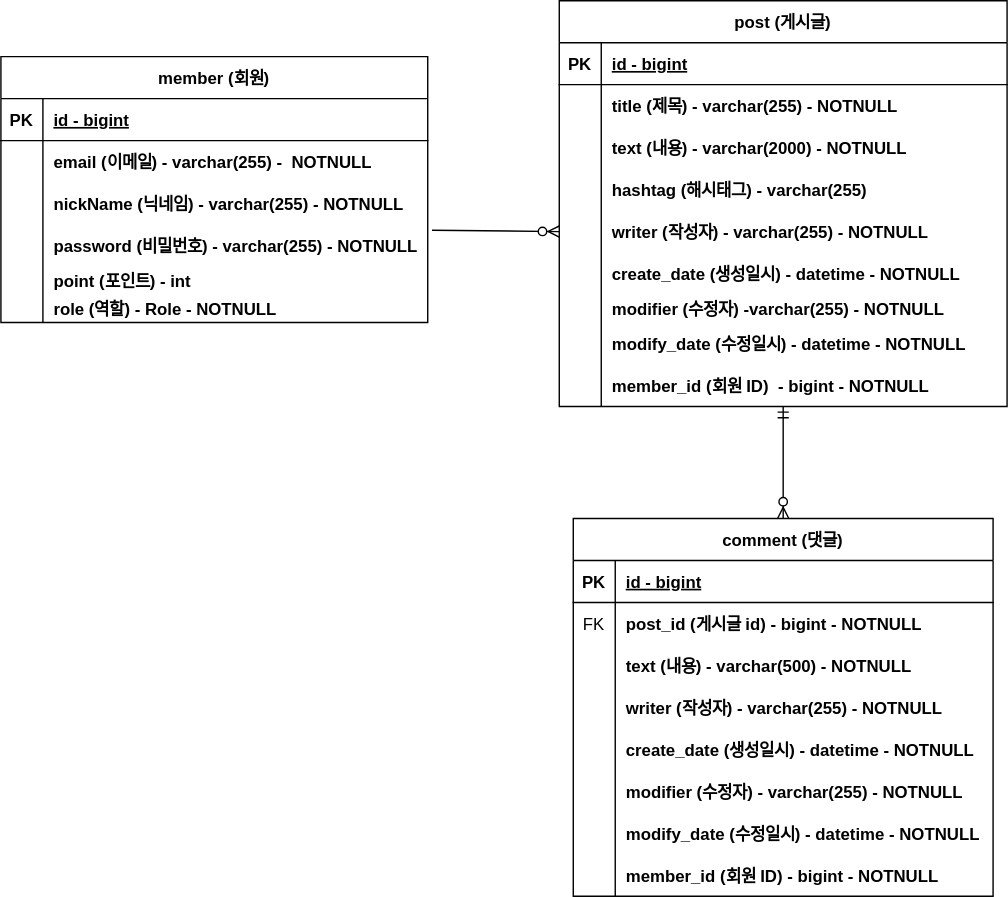
This is document/sym-project-erd.svg from tlqkrus012345/sym, a draw.io export, as it was before one commit. Source tidied: cells renumbered, new cells last; positions are measured from the earlier drawing's top-left corner, leaving out a move shared by most shapes.
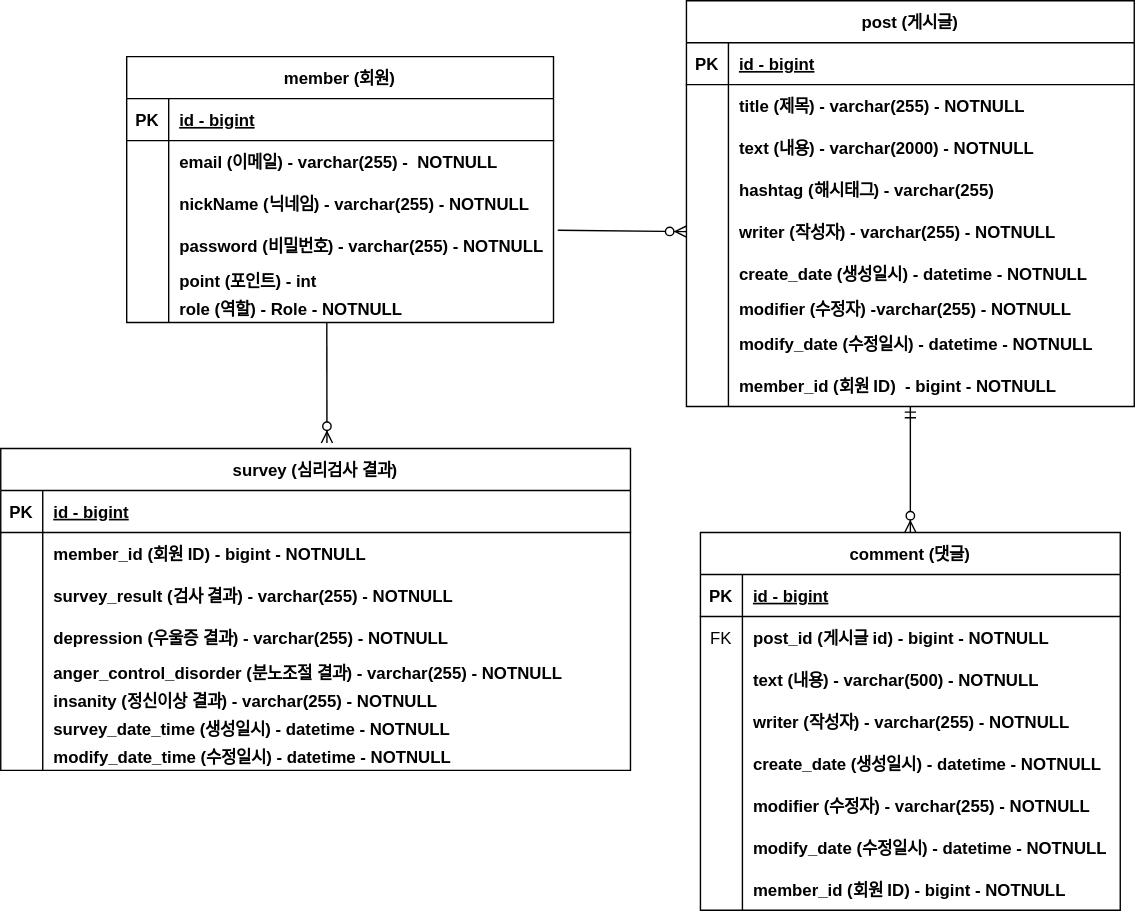
Above is the later version.

Diff of the diagram source:
```diff
@@ -3,7 +3,7 @@
     <mxCell id="0" />
     <mxCell id="1" parent="0" />
     <mxCell id="2" value="post (게시글)" style="shape=table;startSize=30;rowLines=0;fontStyle=1;align=center;" parent="1" vertex="1">
-      <mxGeometry x="399" width="320" height="290" as="geometry" />
+      <mxGeometry x="449" y="-10" width="320" height="290" as="geometry" />
     </mxCell>
     <mxCell id="3" style="shape=partialRectangle;fillColor=none;top=0;left=0;right=0;bottom=1;" parent="2" vertex="1">
       <mxGeometry y="30" width="320" height="30" as="geometry" />
@@ -87,7 +87,7 @@
       <mxGeometry x="30" width="290" height="30" as="geometry" />
     </mxCell>
     <mxCell id="30" value="comment (댓글)" style="shape=table;startSize=30;rowLines=0;fontStyle=1;align=center;" parent="1" vertex="1">
-      <mxGeometry x="409" y="370" width="300" height="270" as="geometry" />
+      <mxGeometry x="459" y="370" width="300" height="270" as="geometry" />
     </mxCell>
     <mxCell id="31" style="shape=partialRectangle;fillColor=none;top=0;left=0;right=0;bottom=1;" parent="30" vertex="1">
       <mxGeometry y="30" width="300" height="30" as="geometry" />
@@ -162,7 +162,7 @@
       <mxGeometry x="30" width="270" height="30" as="geometry" />
     </mxCell>
     <mxCell id="55" value="member (회원)" style="shape=table;startSize=30;rowLines=0;fontStyle=1;align=center;" parent="1" vertex="1">
-      <mxGeometry y="40" width="305" height="190" as="geometry" />
+      <mxGeometry x="49" y="30" width="305" height="190" as="geometry" />
     </mxCell>
     <mxCell id="56" style="shape=partialRectangle;fillColor=none;top=0;left=0;right=0;bottom=1;" parent="55" vertex="1">
       <mxGeometry y="30" width="305" height="30" as="geometry" />
@@ -224,5 +224,88 @@
     <mxCell id="75" style="fontSize=12;html=1;endArrow=ERzeroToMany;endFill=1;rounded=0;exitX=1.01;exitY=0.133;exitDx=0;exitDy=0;entryX=0;entryY=0.5;entryDx=0;entryDy=0;exitPerimeter=0;" parent="1" edge="1" source="65" target="15">
       <mxGeometry relative="1" as="geometry" />
     </mxCell>
+    <mxCell id="76" value="survey (심리검사 결과)" style="shape=table;startSize=30;rowLines=0;fontStyle=1;align=center;" parent="1" vertex="1">
+      <mxGeometry x="-41" y="310" width="450" height="230" as="geometry" />
+    </mxCell>
+    <mxCell id="77" style="shape=partialRectangle;fillColor=none;top=0;left=0;right=0;bottom=1;" parent="76" vertex="1">
+      <mxGeometry y="30" width="450" height="30" as="geometry" />
+    </mxCell>
+    <mxCell id="78" value="PK" style="shape=partialRectangle;overflow=hidden;fillColor=none;top=0;left=0;bottom=0;right=0;fontStyle=1;" parent="77" vertex="1">
+      <mxGeometry width="30" height="30" as="geometry" />
+    </mxCell>
+    <mxCell id="79" value="id - bigint" style="shape=partialRectangle;overflow=hidden;fillColor=none;top=0;left=0;bottom=0;right=0;align=left;spacingLeft=6;fontStyle=5;" parent="77" vertex="1">
+      <mxGeometry x="30" width="420" height="30" as="geometry" />
+    </mxCell>
+    <mxCell id="80" style="shape=partialRectangle;fillColor=none;top=0;left=0;right=0;bottom=0;" parent="76" vertex="1">
+      <mxGeometry y="60" width="450" height="30" as="geometry" />
+    </mxCell>
+    <mxCell id="81" style="shape=partialRectangle;overflow=hidden;fillColor=none;top=0;left=0;bottom=0;right=0;" parent="80" vertex="1">
+      <mxGeometry width="30" height="30" as="geometry" />
+    </mxCell>
+    <mxCell id="82" value="member_id (회원 ID) - bigint - NOTNULL" style="shape=partialRectangle;overflow=hidden;fillColor=none;top=0;left=0;bottom=0;right=0;align=left;spacingLeft=6;fontStyle=1;" parent="80" vertex="1">
+      <mxGeometry x="30" width="420" height="30" as="geometry" />
+    </mxCell>
+    <mxCell id="83" style="shape=partialRectangle;fillColor=none;top=0;left=0;right=0;bottom=0;" parent="76" vertex="1">
+      <mxGeometry y="90" width="450" height="30" as="geometry" />
+    </mxCell>
+    <mxCell id="84" style="shape=partialRectangle;overflow=hidden;fillColor=none;top=0;left=0;bottom=0;right=0;" parent="83" vertex="1">
+      <mxGeometry width="30" height="30" as="geometry" />
+    </mxCell>
+    <mxCell id="85" value="survey_result (검사 결과) - varchar(255) - NOTNULL" style="shape=partialRectangle;overflow=hidden;fillColor=none;top=0;left=0;bottom=0;right=0;align=left;spacingLeft=6;fontStyle=1;" parent="83" vertex="1">
+      <mxGeometry x="30" width="420" height="30" as="geometry" />
+    </mxCell>
+    <mxCell id="86" style="shape=partialRectangle;fillColor=none;top=0;left=0;right=0;bottom=0;" parent="76" vertex="1">
+      <mxGeometry y="120" width="450" height="30" as="geometry" />
+    </mxCell>
+    <mxCell id="87" style="shape=partialRectangle;overflow=hidden;fillColor=none;top=0;left=0;bottom=0;right=0;" parent="86" vertex="1">
+      <mxGeometry width="30" height="30" as="geometry" />
+    </mxCell>
+    <mxCell id="88" value="depression (우울증 결과) - varchar(255) - NOTNULL" style="shape=partialRectangle;overflow=hidden;fillColor=none;top=0;left=0;bottom=0;right=0;align=left;spacingLeft=6;fontStyle=1;" parent="86" vertex="1">
+      <mxGeometry x="30" width="420" height="30" as="geometry" />
+    </mxCell>
+    <mxCell id="89" style="shape=partialRectangle;fillColor=none;top=0;left=0;right=0;bottom=0;" parent="76" vertex="1">
+      <mxGeometry y="150" width="450" height="20" as="geometry" />
+    </mxCell>
+    <mxCell id="90" style="shape=partialRectangle;overflow=hidden;fillColor=none;top=0;left=0;bottom=0;right=0;" parent="89" vertex="1">
+      <mxGeometry width="30" height="20" as="geometry" />
+    </mxCell>
+    <mxCell id="91" value="anger_control_disorder (분노조절 결과) - varchar(255) - NOTNULL" style="shape=partialRectangle;overflow=hidden;fillColor=none;top=0;left=0;bottom=0;right=0;align=left;spacingLeft=6;fontStyle=1;" parent="89" vertex="1">
+      <mxGeometry x="30" width="420" height="20" as="geometry" />
+    </mxCell>
+    <mxCell id="92" style="shape=partialRectangle;fillColor=none;top=0;left=0;right=0;bottom=0;" parent="76" vertex="1">
+      <mxGeometry y="170" width="450" height="20" as="geometry" />
+    </mxCell>
+    <mxCell id="93" style="shape=partialRectangle;overflow=hidden;fillColor=none;top=0;left=0;bottom=0;right=0;" parent="92" vertex="1">
+      <mxGeometry width="30" height="20" as="geometry" />
+    </mxCell>
+    <mxCell id="94" value="insanity (정신이상 결과) - varchar(255) - NOTNULL" style="shape=partialRectangle;overflow=hidden;fillColor=none;top=0;left=0;bottom=0;right=0;align=left;spacingLeft=6;fontStyle=1;" parent="92" vertex="1">
+      <mxGeometry x="30" width="420" height="20" as="geometry" />
+    </mxCell>
+    <mxCell id="95" style="shape=partialRectangle;fillColor=none;top=0;left=0;right=0;bottom=0;" parent="76" vertex="1">
+      <mxGeometry y="190" width="450" height="20" as="geometry" />
+    </mxCell>
+    <mxCell id="96" style="shape=partialRectangle;overflow=hidden;fillColor=none;top=0;left=0;bottom=0;right=0;" parent="95" vertex="1">
+      <mxGeometry width="30" height="20" as="geometry" />
+    </mxCell>
+    <mxCell id="97" value="survey_date_time (생성일시) - datetime - NOTNULL" style="shape=partialRectangle;overflow=hidden;fillColor=none;top=0;left=0;bottom=0;right=0;align=left;spacingLeft=6;fontStyle=1;" parent="95" vertex="1">
+      <mxGeometry x="30" width="420" height="20" as="geometry" />
+    </mxCell>
+    <mxCell id="98" style="shape=partialRectangle;fillColor=none;top=0;left=0;right=0;bottom=0;" parent="76" vertex="1">
+      <mxGeometry y="210" width="450" height="20" as="geometry" />
+    </mxCell>
+    <mxCell id="99" style="shape=partialRectangle;overflow=hidden;fillColor=none;top=0;left=0;bottom=0;right=0;" parent="98" vertex="1">
+      <mxGeometry width="30" height="20" as="geometry" />
+    </mxCell>
+    <mxCell id="100" value="modify_date_time (수정일시) - datetime - NOTNULL" style="shape=partialRectangle;overflow=hidden;fillColor=none;top=0;left=0;bottom=0;right=0;align=left;spacingLeft=6;fontStyle=1;" parent="98" vertex="1">
+      <mxGeometry x="30" width="420" height="20" as="geometry" />
+    </mxCell>
+    <mxCell id="101" style="shape=partialRectangle;overflow=hidden;fillColor=none;top=0;left=0;bottom=0;right=0;" parent="1" vertex="1">
+      <mxGeometry x="10" y="470" width="30" height="20" as="geometry" />
+    </mxCell>
+    <mxCell id="102" style="fontSize=12;html=1;endArrow=ERzeroToMany;endFill=1;rounded=0;entryX=0.518;entryY=-0.017;entryDx=0;entryDy=0;entryPerimeter=0;" parent="1" edge="1" target="76">
+      <mxGeometry relative="1" as="geometry">
+        <mxPoint x="192" y="220" as="sourcePoint" />
+      </mxGeometry>
+    </mxCell>
   </root>
 </mxGraphModel>
```
